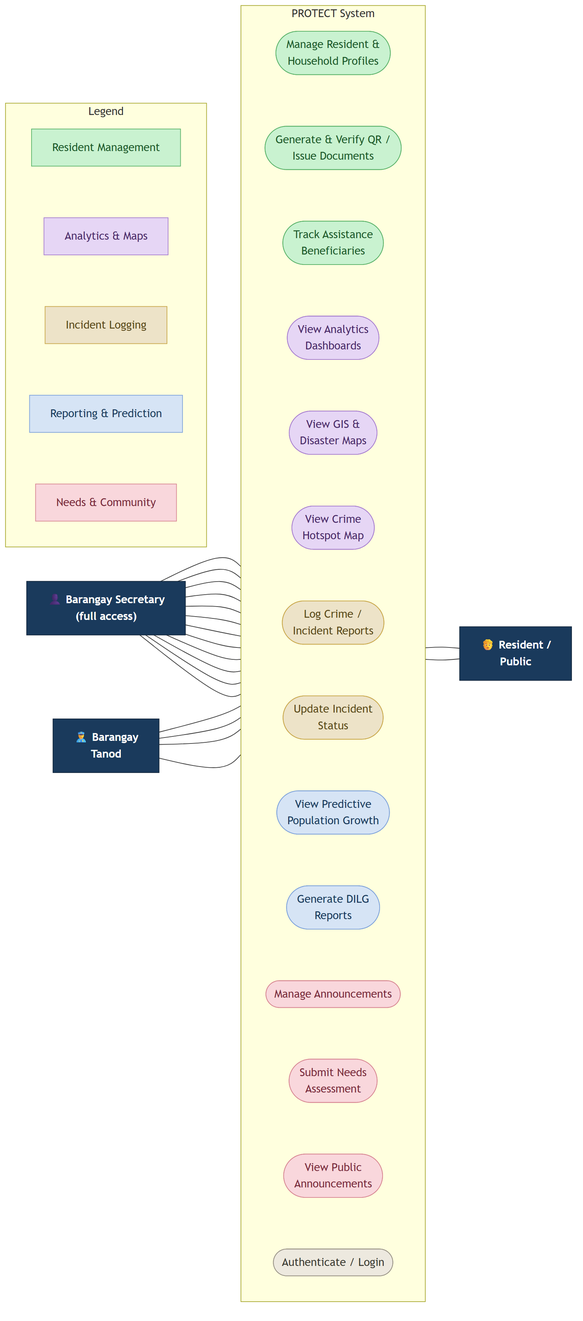
Before: diagrams/use_case.png, a diagram exported from Mermaid (KellyEspera/protect). Its source is kept beside it as diagrams/use_case.mmd.
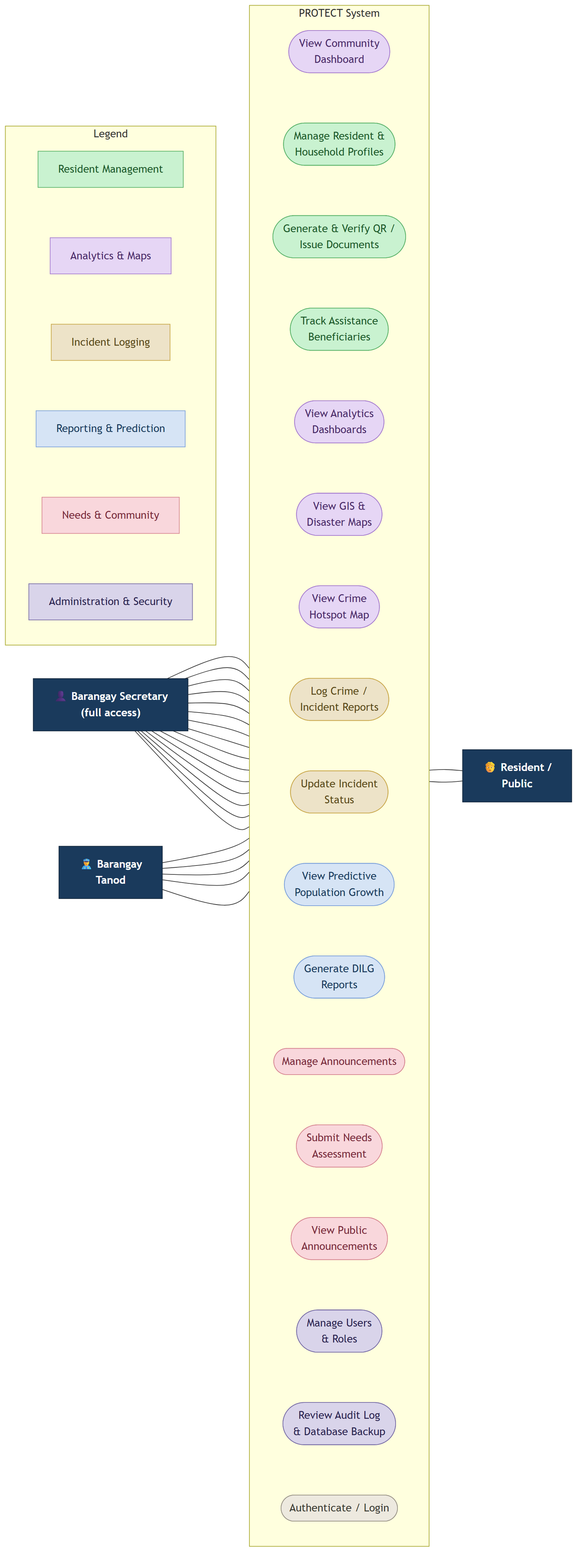
After the change.

Commit message:
Diagrams: add missing Admin functions to Use Case + Flowchart

What changed in the source:
```diff
@@ -4,6 +4,7 @@
 
     subgraph SYS[PROTECT System]
       direction TB
+      U0(["View Community<br/>Dashboard"])
       U1(["Manage Resident &<br/>Household Profiles"])
       U2(["Generate & Verify QR /<br/>Issue Documents"])
       U3(["Track Assistance<br/>Beneficiaries"])
@@ -17,12 +18,15 @@
       U11(["Manage Announcements"])
       U12(["Submit Needs<br/>Assessment"])
       U13(["View Public<br/>Announcements"])
-      U14(["Authenticate / Login"])
-      U1 ~~~ U2 ~~~ U3 ~~~ U4 ~~~ U5 ~~~ U6 ~~~ U7 ~~~ U8 ~~~ U9 ~~~ U10 ~~~ U11 ~~~ U12 ~~~ U13 ~~~ U14
+      U14(["Manage Users<br/>& Roles"])
+      U15(["Review Audit Log<br/>& Database Backup"])
+      U16(["Authenticate / Login"])
+      U0 ~~~ U1 ~~~ U2 ~~~ U3 ~~~ U4 ~~~ U5 ~~~ U6 ~~~ U7 ~~~ U8 ~~~ U9 ~~~ U10 ~~~ U11 ~~~ U12 ~~~ U13 ~~~ U14 ~~~ U15 ~~~ U16
     end
 
     Res["🧑 Resident /<br/>Public"]
 
+    Sec --- U0
     Sec --- U1
     Sec --- U2
     Sec --- U3
@@ -35,11 +39,14 @@
     Sec --- U10
     Sec --- U11
     Sec --- U14
+    Sec --- U15
+    Sec --- U16
 
+    Tanod --- U0
     Tanod --- U6
     Tanod --- U7
     Tanod --- U8
-    Tanod --- U14
+    Tanod --- U16
 
     U12 --- Res
     U13 --- Res
@@ -51,7 +58,8 @@
       Lg3["Incident Logging"]:::safety
       Lg4["Reporting & Prediction"]:::reporting
       Lg5["Needs & Community"]:::needs
-      Lg1 ~~~ Lg2 ~~~ Lg3 ~~~ Lg4 ~~~ Lg5
+      Lg6["Administration & Security"]:::admin
+      Lg1 ~~~ Lg2 ~~~ Lg3 ~~~ Lg4 ~~~ Lg5 ~~~ Lg6
     end
 
     classDef actor fill:#1A3A5C,stroke:#10243a,color:#fff,font-weight:bold;
@@ -60,12 +68,14 @@
     classDef safety fill:#EDE3C8,stroke:#C9A84C,color:#5A4A1A;
     classDef reporting fill:#D6E4F5,stroke:#7FA3DB,color:#1A3A5C;
     classDef needs fill:#F9D7DC,stroke:#D88894,color:#7A2A3A;
+    classDef admin fill:#D9D4EA,stroke:#7A6FA8,color:#2A2350;
     classDef auth fill:#EDE9DF,stroke:#9A9488,color:#3A3A32;
 
     class Sec,Tanod,Res actor;
+    class U0,U4,U5,U6 analytics;
     class U1,U2,U3 resident;
-    class U4,U5,U6 analytics;
     class U7,U8 safety;
     class U9,U10 reporting;
     class U11,U12,U13 needs;
-    class U14 auth;
+    class U14,U15 admin;
+    class U16 auth;
```
